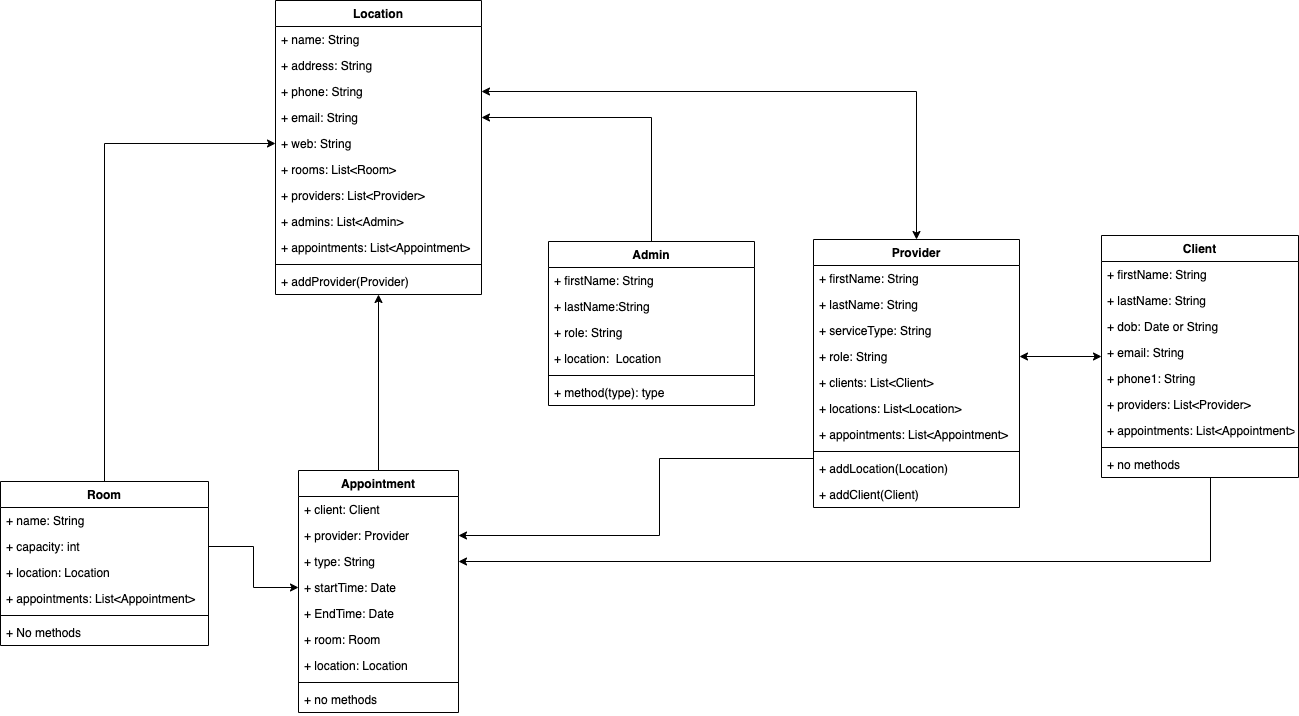
Above: planning/2_diagrams/Appointment Management - Class Diagram.png in ccx1010sky/providers_clients (draw.io), before the change. Source tidied: cells renumbered, new cells last; positions are measured from the earlier drawing's top-left corner, leaving out a move shared by most shapes.
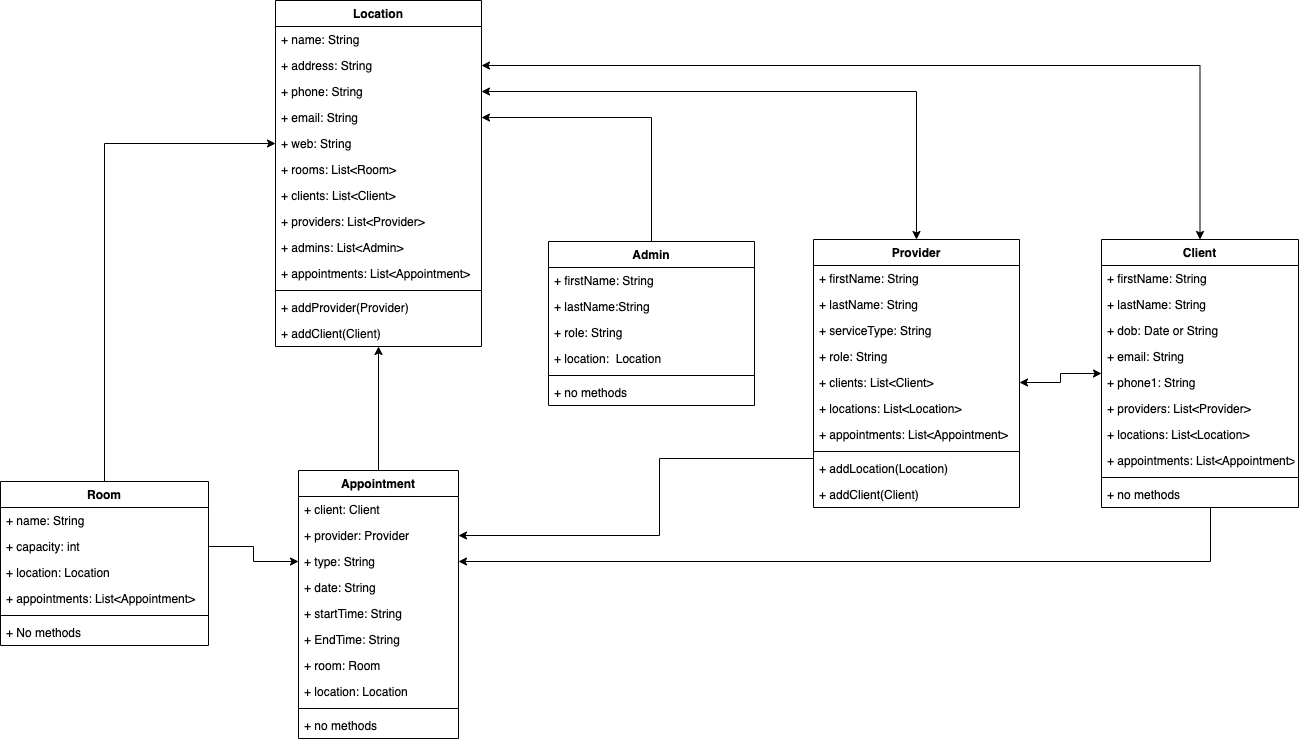
The same diagram one commit later.

The edit, as a diff of the source:
```diff
@@ -2,11 +2,14 @@
   <root>
     <mxCell id="0" />
     <mxCell id="1" parent="0" />
-    <mxCell id="2" style="edgeStyle=orthogonalEdgeStyle;rounded=0;jettySize=auto;html=1;entryX=1;entryY=0.5;entryDx=0;entryDy=0;startArrow=classic;startFill=1;startSize=6;" parent="1" edge="1" source="3" target="29">
+    <mxCell id="2" style="edgeStyle=orthogonalEdgeStyle;rounded=0;jettySize=auto;html=1;entryX=1;entryY=0.5;entryDx=0;entryDy=0;startArrow=classic;startFill=1;startSize=6;" parent="1" edge="1" source="3" target="30">
       <mxGeometry relative="1" as="geometry" />
     </mxCell>
+    <mxCell id="67" style="edgeStyle=orthogonalEdgeStyle;rounded=0;jettySize=auto;html=1;exitX=0.5;exitY=0;exitDx=0;exitDy=0;entryX=1;entryY=0.5;entryDx=0;entryDy=0;startArrow=classic;startFill=1;endArrow=classic;endFill=1;startSize=6;" parent="1" edge="1" source="3" target="38">
+      <mxGeometry relative="1" as="geometry" />
+    </mxCell>
     <mxCell id="3" value="Client" style="swimlane;fontStyle=1;align=center;verticalAlign=top;horizontal=1;startSize=26;" parent="1" vertex="1">
-      <mxGeometry x="1101" y="235" width="197" height="242" as="geometry" />
+      <mxGeometry x="1101" y="239" width="197" height="268" as="geometry" />
     </mxCell>
     <mxCell id="4" value="+ firstName: String" style="text;strokeColor=none;fillColor=none;align=left;verticalAlign=top;spacingLeft=4;spacingRight=4;overflow=hidden;" parent="3" vertex="1">
       <mxGeometry y="26" width="197" height="26" as="geometry" />
@@ -26,20 +29,23 @@
     <mxCell id="9" value="+ providers: List&lt;Provider&gt;" style="text;strokeColor=none;fillColor=none;align=left;verticalAlign=top;spacingLeft=4;spacingRight=4;overflow=hidden;" parent="3" vertex="1">
       <mxGeometry y="156" width="197" height="26" as="geometry" />
     </mxCell>
+    <mxCell id="68" value="+ locations: List&lt;Location&gt;" style="text;strokeColor=none;fillColor=none;align=left;verticalAlign=top;spacingLeft=4;spacingRight=4;overflow=hidden;" parent="3" vertex="1">
+      <mxGeometry y="182" width="197" height="26" as="geometry" />
+    </mxCell>
     <mxCell id="10" value="+ appointments: List&lt;Appointment&gt;" style="text;strokeColor=none;fillColor=none;align=left;verticalAlign=top;spacingLeft=4;spacingRight=4;overflow=hidden;" parent="3" vertex="1">
-      <mxGeometry y="182" width="197" height="26" as="geometry" />
+      <mxGeometry y="208" width="197" height="26" as="geometry" />
     </mxCell>
     <mxCell id="11" style="line;strokeWidth=1;fillColor=none;align=left;verticalAlign=middle;spacingTop=-1;spacingLeft=3;spacingRight=3;labelPosition=right;" parent="3" vertex="1">
-      <mxGeometry y="208" width="197" height="8" as="geometry" />
+      <mxGeometry y="234" width="197" height="8" as="geometry" />
     </mxCell>
     <mxCell id="12" value="+ no methods" style="text;strokeColor=none;fillColor=none;align=left;verticalAlign=top;spacingLeft=4;spacingRight=4;overflow=hidden;points=[[0,0.5],[1,0.5]];portConstraint=eastwest;" parent="3" vertex="1">
-      <mxGeometry y="216" width="197" height="26" as="geometry" />
+      <mxGeometry y="242" width="197" height="26" as="geometry" />
     </mxCell>
     <mxCell id="13" style="edgeStyle=orthogonalEdgeStyle;rounded=0;jettySize=auto;html=1;entryX=0.5;entryY=1;entryDx=0;entryDy=0;startArrow=none;startFill=0;endArrow=classic;endFill=1;startSize=6;" parent="1" edge="1" source="14" target="36">
       <mxGeometry relative="1" as="geometry" />
     </mxCell>
     <mxCell id="14" value="Appointment" style="swimlane;fontStyle=1;align=center;verticalAlign=top;horizontal=1;startSize=26;" parent="1" vertex="1">
-      <mxGeometry x="298" y="470" width="160" height="242" as="geometry" />
+      <mxGeometry x="298" y="470" width="160" height="268" as="geometry" />
     </mxCell>
     <mxCell id="15" value="+ client: Client" style="text;strokeColor=none;fillColor=none;align=left;verticalAlign=top;spacingLeft=4;spacingRight=4;overflow=hidden;" parent="14" vertex="1">
       <mxGeometry y="26" width="160" height="26" as="geometry" />
@@ -50,23 +56,26 @@
     <mxCell id="17" value="+ type: String" style="text;strokeColor=none;fillColor=none;align=left;verticalAlign=top;spacingLeft=4;spacingRight=4;overflow=hidden;points=[[0,0.5],[1,0.5]];portConstraint=eastwest;" parent="14" vertex="1">
       <mxGeometry y="78" width="160" height="26" as="geometry" />
     </mxCell>
-    <mxCell id="18" value="+ startTime: Date" style="text;strokeColor=none;fillColor=none;align=left;verticalAlign=top;spacingLeft=4;spacingRight=4;overflow=hidden;points=[[0,0.5],[1,0.5]];portConstraint=eastwest;" parent="14" vertex="1">
+    <mxCell id="18" value="+ date: String" style="text;strokeColor=none;fillColor=none;align=left;verticalAlign=top;spacingLeft=4;spacingRight=4;overflow=hidden;points=[[0,0.5],[1,0.5]];portConstraint=eastwest;" parent="14" vertex="1">
       <mxGeometry y="104" width="160" height="26" as="geometry" />
     </mxCell>
+    <mxCell id="69" value="+ startTime: String" style="text;strokeColor=none;fillColor=none;align=left;verticalAlign=top;spacingLeft=4;spacingRight=4;overflow=hidden;" parent="14" vertex="1">
+      <mxGeometry y="130" width="160" height="26" as="geometry" />
+    </mxCell>
-    <mxCell id="19" value="+ EndTime: Date" style="text;strokeColor=none;fillColor=none;align=left;verticalAlign=top;spacingLeft=4;spacingRight=4;overflow=hidden;" parent="14" vertex="1">
-      <mxGeometry y="130" width="160" height="26" as="geometry" />
+    <mxCell id="19" value="+ EndTime: String" style="text;strokeColor=none;fillColor=none;align=left;verticalAlign=top;spacingLeft=4;spacingRight=4;overflow=hidden;" parent="14" vertex="1">
+      <mxGeometry y="156" width="160" height="26" as="geometry" />
     </mxCell>
     <mxCell id="20" value="+ room: Room" style="text;strokeColor=none;fillColor=none;align=left;verticalAlign=top;spacingLeft=4;spacingRight=4;overflow=hidden;" parent="14" vertex="1">
-      <mxGeometry y="156" width="160" height="26" as="geometry" />
+      <mxGeometry y="182" width="160" height="26" as="geometry" />
     </mxCell>
     <mxCell id="21" value="+ location: Location" style="text;strokeColor=none;fillColor=none;align=left;verticalAlign=top;spacingLeft=4;spacingRight=4;overflow=hidden;" parent="14" vertex="1">
-      <mxGeometry y="182" width="160" height="26" as="geometry" />
+      <mxGeometry y="208" width="160" height="26" as="geometry" />
     </mxCell>
     <mxCell id="22" style="line;strokeWidth=1;fillColor=none;align=left;verticalAlign=middle;spacingTop=-1;spacingLeft=3;spacingRight=3;labelPosition=right;" parent="14" vertex="1">
-      <mxGeometry y="208" width="160" height="8" as="geometry" />
+      <mxGeometry y="234" width="160" height="8" as="geometry" />
     </mxCell>
     <mxCell id="23" value="+ no methods" style="text;strokeColor=none;fillColor=none;align=left;verticalAlign=top;spacingLeft=4;spacingRight=4;overflow=hidden;" parent="14" vertex="1">
-      <mxGeometry y="216" width="160" height="26" as="geometry" />
+      <mxGeometry y="242" width="160" height="26" as="geometry" />
     </mxCell>
     <mxCell id="24" style="edgeStyle=orthogonalEdgeStyle;rounded=0;jettySize=auto;html=1;entryX=1;entryY=0.5;entryDx=0;entryDy=0;startArrow=classic;startFill=1;startSize=6;" parent="1" edge="1" source="25" target="39">
       <mxGeometry relative="1" as="geometry" />
@@ -105,7 +114,7 @@
       <mxGeometry y="242" width="206" height="26" as="geometry" />
     </mxCell>
     <mxCell id="36" value="Location" style="swimlane;fontStyle=1;align=center;verticalAlign=top;horizontal=1;startSize=26;" parent="1" vertex="1">
-      <mxGeometry x="275" width="206" height="294" as="geometry" />
+      <mxGeometry x="275" width="206" height="346" as="geometry" />
     </mxCell>
     <mxCell id="37" value="+ name: String" style="text;strokeColor=none;fillColor=none;align=left;verticalAlign=top;spacingLeft=4;spacingRight=4;overflow=hidden;" parent="36" vertex="1">
       <mxGeometry y="26" width="206" height="26" as="geometry" />
@@ -125,21 +134,27 @@
     <mxCell id="42" value="+ rooms: List&lt;Room&gt;" style="text;strokeColor=none;fillColor=none;align=left;verticalAlign=top;spacingLeft=4;spacingRight=4;overflow=hidden;" parent="36" vertex="1">
       <mxGeometry y="156" width="206" height="26" as="geometry" />
     </mxCell>
+    <mxCell id="70" value="+ clients: List&lt;Client&gt;" style="text;strokeColor=none;fillColor=none;align=left;verticalAlign=top;spacingLeft=4;spacingRight=4;overflow=hidden;" parent="36" vertex="1">
+      <mxGeometry y="182" width="206" height="26" as="geometry" />
+    </mxCell>
     <mxCell id="43" value="+ providers: List&lt;Provider&gt;" style="text;strokeColor=none;fillColor=none;align=left;verticalAlign=top;spacingLeft=4;spacingRight=4;overflow=hidden;" parent="36" vertex="1">
-      <mxGeometry y="182" width="206" height="26" as="geometry" />
+      <mxGeometry y="208" width="206" height="26" as="geometry" />
     </mxCell>
     <mxCell id="44" value="+ admins: List&lt;Admin&gt;" style="text;strokeColor=none;fillColor=none;align=left;verticalAlign=top;spacingLeft=4;spacingRight=4;overflow=hidden;" parent="36" vertex="1">
-      <mxGeometry y="208" width="206" height="26" as="geometry" />
+      <mxGeometry y="234" width="206" height="26" as="geometry" />
     </mxCell>
     <mxCell id="45" value="+ appointments: List&lt;Appointment&gt;" style="text;strokeColor=none;fillColor=none;align=left;verticalAlign=top;spacingLeft=4;spacingRight=4;overflow=hidden;" parent="36" vertex="1">
-      <mxGeometry y="234" width="206" height="26" as="geometry" />
+      <mxGeometry y="260" width="206" height="26" as="geometry" />
     </mxCell>
     <mxCell id="46" style="line;strokeWidth=1;fillColor=none;align=left;verticalAlign=middle;spacingTop=-1;spacingLeft=3;spacingRight=3;labelPosition=right;" parent="36" vertex="1">
-      <mxGeometry y="260" width="206" height="8" as="geometry" />
+      <mxGeometry y="286" width="206" height="8" as="geometry" />
     </mxCell>
     <mxCell id="47" value="+ addProvider(Provider)" style="text;strokeColor=none;fillColor=none;align=left;verticalAlign=top;spacingLeft=4;spacingRight=4;overflow=hidden;" parent="36" vertex="1">
-      <mxGeometry y="268" width="206" height="26" as="geometry" />
+      <mxGeometry y="294" width="206" height="26" as="geometry" />
     </mxCell>
+    <mxCell id="71" value="+ addClient(Client)" style="text;strokeColor=none;fillColor=none;align=left;verticalAlign=top;spacingLeft=4;spacingRight=4;overflow=hidden;" parent="36" vertex="1">
+      <mxGeometry y="320" width="206" height="26" as="geometry" />
+    </mxCell>
     <mxCell id="48" style="edgeStyle=orthogonalEdgeStyle;rounded=0;jettySize=auto;html=1;entryX=0;entryY=0.5;entryDx=0;entryDy=0;startArrow=none;startFill=0;startSize=6;" parent="1" edge="1" source="49" target="41">
       <mxGeometry relative="1" as="geometry" />
     </mxCell>
@@ -182,7 +197,7 @@
     <mxCell id="61" style="line;strokeWidth=1;fillColor=none;align=left;verticalAlign=middle;spacingTop=-1;spacingLeft=3;spacingRight=3;labelPosition=right;" parent="56" vertex="1">
       <mxGeometry y="130" width="206" height="8" as="geometry" />
     </mxCell>
-    <mxCell id="62" value="+ method(type): type" style="text;strokeColor=none;fillColor=none;align=left;verticalAlign=top;spacingLeft=4;spacingRight=4;overflow=hidden;" parent="56" vertex="1">
+    <mxCell id="62" value="+ no methods" style="text;strokeColor=none;fillColor=none;align=left;verticalAlign=top;spacingLeft=4;spacingRight=4;overflow=hidden;" parent="56" vertex="1">
       <mxGeometry y="138" width="206" height="26" as="geometry" />
     </mxCell>
     <mxCell id="63" style="edgeStyle=orthogonalEdgeStyle;rounded=0;jettySize=auto;html=1;entryX=1;entryY=0.5;entryDx=0;entryDy=0;startArrow=none;startFill=0;startSize=6;" parent="1" edge="1" source="34" target="16">
@@ -201,7 +216,7 @@
         </Array>
       </mxGeometry>
     </mxCell>
-    <mxCell id="65" style="edgeStyle=orthogonalEdgeStyle;rounded=0;jettySize=auto;html=1;entryX=0;entryY=0.5;entryDx=0;entryDy=0;startArrow=none;startFill=0;startSize=6;" parent="1" edge="1" source="51" target="18">
+    <mxCell id="65" style="edgeStyle=orthogonalEdgeStyle;rounded=0;jettySize=auto;html=1;entryX=0;entryY=0.5;entryDx=0;entryDy=0;startArrow=none;startFill=0;startSize=6;" parent="1" edge="1" source="51" target="17">
       <mxGeometry relative="1" as="geometry" />
     </mxCell>
     <mxCell id="66" style="edgeStyle=orthogonalEdgeStyle;rounded=0;jettySize=auto;html=1;entryX=0.5;entryY=0;entryDx=0;entryDy=0;startArrow=classic;startFill=1;startSize=6;endArrow=none;endFill=0;" parent="1" edge="1" source="40" target="56">
```
